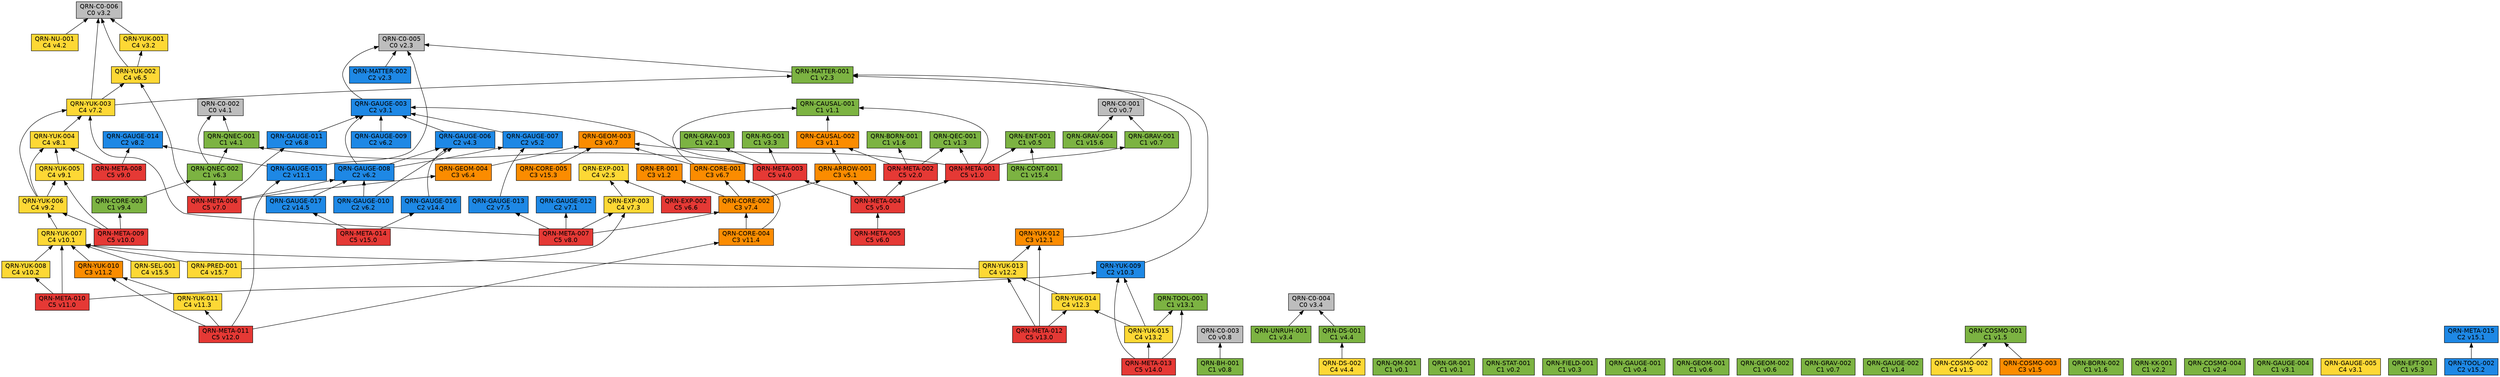
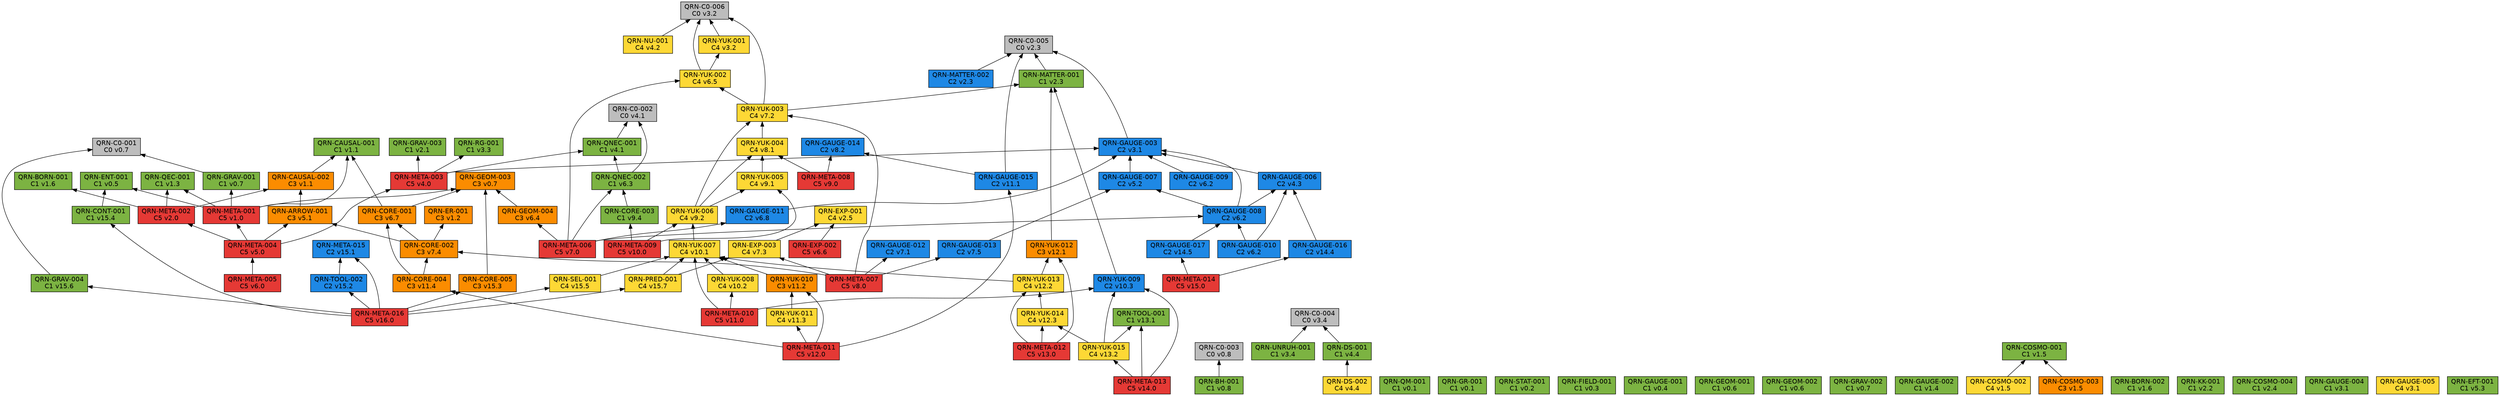
// 自動生成 (dag/report.pl) — QRN 主張依存グラフ
digraph qrn {
  rankdir=BT;
  node [shape=box, style=filled, fontname="Helvetica"];
  "QRN-C0-001" [fillcolor="#bdbdbd", label="QRN-C0-001\nC0 v0.7"];
  "QRN-C0-002" [fillcolor="#bdbdbd", label="QRN-C0-002\nC0 v4.1"];
  "QRN-C0-003" [fillcolor="#bdbdbd", label="QRN-C0-003\nC0 v0.8"];
  "QRN-C0-004" [fillcolor="#bdbdbd", label="QRN-C0-004\nC0 v3.4"];
  "QRN-C0-005" [fillcolor="#bdbdbd", label="QRN-C0-005\nC0 v2.3"];
  "QRN-C0-006" [fillcolor="#bdbdbd", label="QRN-C0-006\nC0 v3.2"];
  "QRN-QM-001" [fillcolor="#7cb342", label="QRN-QM-001\nC1 v0.1"];
  "QRN-GR-001" [fillcolor="#7cb342", label="QRN-GR-001\nC1 v0.1"];
  "QRN-STAT-001" [fillcolor="#7cb342", label="QRN-STAT-001\nC1 v0.2"];
  "QRN-FIELD-001" [fillcolor="#7cb342", label="QRN-FIELD-001\nC1 v0.3"];
  "QRN-GAUGE-001" [fillcolor="#7cb342", label="QRN-GAUGE-001\nC1 v0.4"];
  "QRN-ENT-001" [fillcolor="#7cb342", label="QRN-ENT-001\nC1 v0.5"];
  "QRN-GEOM-001" [fillcolor="#7cb342", label="QRN-GEOM-001\nC1 v0.6"];
  "QRN-GEOM-002" [fillcolor="#7cb342", label="QRN-GEOM-002\nC1 v0.6"];
  "QRN-GEOM-003" [fillcolor="#fb8c00", label="QRN-GEOM-003\nC3 v0.7"];
  "QRN-GRAV-001" [fillcolor="#7cb342", label="QRN-GRAV-001\nC1 v0.7"];
  "QRN-GRAV-002" [fillcolor="#7cb342", label="QRN-GRAV-002\nC1 v0.7"];
  "QRN-BH-001" [fillcolor="#7cb342", label="QRN-BH-001\nC1 v0.8"];
  "QRN-CAUSAL-001" [fillcolor="#7cb342", label="QRN-CAUSAL-001\nC1 v1.1"];
  "QRN-CAUSAL-002" [fillcolor="#fb8c00", label="QRN-CAUSAL-002\nC3 v1.1"];
  "QRN-ER-001" [fillcolor="#fb8c00", label="QRN-ER-001\nC3 v1.2"];
  "QRN-QEC-001" [fillcolor="#7cb342", label="QRN-QEC-001\nC1 v1.3"];
  "QRN-GAUGE-002" [fillcolor="#7cb342", label="QRN-GAUGE-002\nC1 v1.4"];
  "QRN-COSMO-001" [fillcolor="#7cb342", label="QRN-COSMO-001\nC1 v1.5"];
  "QRN-COSMO-002" [fillcolor="#fdd835", label="QRN-COSMO-002\nC4 v1.5"];
  "QRN-COSMO-003" [fillcolor="#fb8c00", label="QRN-COSMO-003\nC3 v1.5"];
  "QRN-BORN-001" [fillcolor="#7cb342", label="QRN-BORN-001\nC1 v1.6"];
  "QRN-BORN-002" [fillcolor="#7cb342", label="QRN-BORN-002\nC1 v1.6"];
  "QRN-GRAV-003" [fillcolor="#7cb342", label="QRN-GRAV-003\nC1 v2.1"];
  "QRN-KK-001" [fillcolor="#7cb342", label="QRN-KK-001\nC1 v2.2"];
  "QRN-MATTER-001" [fillcolor="#7cb342", label="QRN-MATTER-001\nC1 v2.3"];
  "QRN-MATTER-002" [fillcolor="#1e88e5", label="QRN-MATTER-002\nC2 v2.3"];
  "QRN-COSMO-004" [fillcolor="#7cb342", label="QRN-COSMO-004\nC1 v2.4"];
  "QRN-EXP-001" [fillcolor="#fdd835", label="QRN-EXP-001\nC4 v2.5"];
  "QRN-GAUGE-003" [fillcolor="#1e88e5", label="QRN-GAUGE-003\nC2 v3.1"];
  "QRN-GAUGE-004" [fillcolor="#7cb342", label="QRN-GAUGE-004\nC1 v3.1"];
  "QRN-GAUGE-005" [fillcolor="#fdd835", label="QRN-GAUGE-005\nC4 v3.1"];
  "QRN-YUK-001" [fillcolor="#fdd835", label="QRN-YUK-001\nC4 v3.2"];
  "QRN-RG-001" [fillcolor="#7cb342", label="QRN-RG-001\nC1 v3.3"];
  "QRN-UNRUH-001" [fillcolor="#7cb342", label="QRN-UNRUH-001\nC1 v3.4"];
  "QRN-QNEC-001" [fillcolor="#7cb342", label="QRN-QNEC-001\nC1 v4.1"];
  "QRN-NU-001" [fillcolor="#fdd835", label="QRN-NU-001\nC4 v4.2"];
  "QRN-GAUGE-006" [fillcolor="#1e88e5", label="QRN-GAUGE-006\nC2 v4.3"];
  "QRN-DS-001" [fillcolor="#7cb342", label="QRN-DS-001\nC1 v4.4"];
  "QRN-DS-002" [fillcolor="#fdd835", label="QRN-DS-002\nC4 v4.4"];
  "QRN-ARROW-001" [fillcolor="#fb8c00", label="QRN-ARROW-001\nC3 v5.1"];
  "QRN-GAUGE-007" [fillcolor="#1e88e5", label="QRN-GAUGE-007\nC2 v5.2"];
  "QRN-EFT-001" [fillcolor="#7cb342", label="QRN-EFT-001\nC1 v5.3"];
  "QRN-GAUGE-008" [fillcolor="#1e88e5", label="QRN-GAUGE-008\nC2 v6.2"];
  "QRN-GAUGE-009" [fillcolor="#1e88e5", label="QRN-GAUGE-009\nC2 v6.2"];
  "QRN-GAUGE-010" [fillcolor="#1e88e5", label="QRN-GAUGE-010\nC2 v6.2"];
  "QRN-QNEC-002" [fillcolor="#7cb342", label="QRN-QNEC-002\nC1 v6.3"];
  "QRN-GEOM-004" [fillcolor="#fb8c00", label="QRN-GEOM-004\nC3 v6.4"];
  "QRN-YUK-002" [fillcolor="#fdd835", label="QRN-YUK-002\nC4 v6.5"];
  "QRN-EXP-002" [fillcolor="#e53935", label="QRN-EXP-002\nC5 v6.6"];
  "QRN-CORE-001" [fillcolor="#fb8c00", label="QRN-CORE-001\nC3 v6.7"];
  "QRN-GAUGE-011" [fillcolor="#1e88e5", label="QRN-GAUGE-011\nC2 v6.8"];
  "QRN-GAUGE-012" [fillcolor="#1e88e5", label="QRN-GAUGE-012\nC2 v7.1"];
  "QRN-YUK-003" [fillcolor="#fdd835", label="QRN-YUK-003\nC4 v7.2"];
  "QRN-EXP-003" [fillcolor="#fdd835", label="QRN-EXP-003\nC4 v7.3"];
  "QRN-CORE-002" [fillcolor="#fb8c00", label="QRN-CORE-002\nC3 v7.4"];
  "QRN-GAUGE-013" [fillcolor="#1e88e5", label="QRN-GAUGE-013\nC2 v7.5"];
  "QRN-YUK-004" [fillcolor="#fdd835", label="QRN-YUK-004\nC4 v8.1"];
  "QRN-GAUGE-014" [fillcolor="#1e88e5", label="QRN-GAUGE-014\nC2 v8.2"];
  "QRN-META-001" [fillcolor="#e53935", label="QRN-META-001\nC5 v1.0"];
  "QRN-META-002" [fillcolor="#e53935", label="QRN-META-002\nC5 v2.0"];
  "QRN-META-003" [fillcolor="#e53935", label="QRN-META-003\nC5 v4.0"];
  "QRN-META-004" [fillcolor="#e53935", label="QRN-META-004\nC5 v5.0"];
  "QRN-META-005" [fillcolor="#e53935", label="QRN-META-005\nC5 v6.0"];
  "QRN-META-006" [fillcolor="#e53935", label="QRN-META-006\nC5 v7.0"];
  "QRN-META-007" [fillcolor="#e53935", label="QRN-META-007\nC5 v8.0"];
  "QRN-META-008" [fillcolor="#e53935", label="QRN-META-008\nC5 v9.0"];
  "QRN-YUK-005" [fillcolor="#fdd835", label="QRN-YUK-005\nC4 v9.1"];
  "QRN-YUK-006" [fillcolor="#fdd835", label="QRN-YUK-006\nC4 v9.2"];
  "QRN-CORE-003" [fillcolor="#7cb342", label="QRN-CORE-003\nC1 v9.4"];
  "QRN-META-009" [fillcolor="#e53935", label="QRN-META-009\nC5 v10.0"];
  "QRN-YUK-007" [fillcolor="#fdd835", label="QRN-YUK-007\nC4 v10.1"];
  "QRN-YUK-008" [fillcolor="#fdd835", label="QRN-YUK-008\nC4 v10.2"];
  "QRN-YUK-009" [fillcolor="#1e88e5", label="QRN-YUK-009\nC2 v10.3"];
  "QRN-META-010" [fillcolor="#e53935", label="QRN-META-010\nC5 v11.0"];
  "QRN-GAUGE-015" [fillcolor="#1e88e5", label="QRN-GAUGE-015\nC2 v11.1"];
  "QRN-YUK-010" [fillcolor="#fb8c00", label="QRN-YUK-010\nC3 v11.2"];
  "QRN-YUK-011" [fillcolor="#fdd835", label="QRN-YUK-011\nC4 v11.3"];
  "QRN-CORE-004" [fillcolor="#fb8c00", label="QRN-CORE-004\nC3 v11.4"];
  "QRN-META-011" [fillcolor="#e53935", label="QRN-META-011\nC5 v12.0"];
  "QRN-YUK-012" [fillcolor="#fb8c00", label="QRN-YUK-012\nC3 v12.1"];
  "QRN-YUK-013" [fillcolor="#fdd835", label="QRN-YUK-013\nC4 v12.2"];
  "QRN-YUK-014" [fillcolor="#fdd835", label="QRN-YUK-014\nC4 v12.3"];
  "QRN-META-012" [fillcolor="#e53935", label="QRN-META-012\nC5 v13.0"];
  "QRN-TOOL-001" [fillcolor="#7cb342", label="QRN-TOOL-001\nC1 v13.1"];
  "QRN-YUK-015" [fillcolor="#fdd835", label="QRN-YUK-015\nC4 v13.2"];
  "QRN-META-013" [fillcolor="#e53935", label="QRN-META-013\nC5 v14.0"];
  "QRN-GAUGE-016" [fillcolor="#1e88e5", label="QRN-GAUGE-016\nC2 v14.4"];
  "QRN-GAUGE-017" [fillcolor="#1e88e5", label="QRN-GAUGE-017\nC2 v14.5"];
  "QRN-META-014" [fillcolor="#e53935", label="QRN-META-014\nC5 v15.0"];
  "QRN-META-015" [fillcolor="#1e88e5", label="QRN-META-015\nC2 v15.1"];
  "QRN-TOOL-002" [fillcolor="#1e88e5", label="QRN-TOOL-002\nC2 v15.2"];
  "QRN-CORE-005" [fillcolor="#fb8c00", label="QRN-CORE-005\nC3 v15.3"];
  "QRN-CONT-001" [fillcolor="#7cb342", label="QRN-CONT-001\nC1 v15.4"];
  "QRN-SEL-001" [fillcolor="#fdd835", label="QRN-SEL-001\nC4 v15.5"];
  "QRN-GRAV-004" [fillcolor="#7cb342", label="QRN-GRAV-004\nC1 v15.6"];
  "QRN-PRED-001" [fillcolor="#fdd835", label="QRN-PRED-001\nC4 v15.7"];
+   "QRN-META-016" [fillcolor="#e53935", label="QRN-META-016\nC5 v16.0"];
  "QRN-GRAV-001" -> "QRN-C0-001";
  "QRN-BH-001" -> "QRN-C0-003";
  "QRN-CAUSAL-002" -> "QRN-CAUSAL-001";
  "QRN-COSMO-002" -> "QRN-COSMO-001";
  "QRN-COSMO-003" -> "QRN-COSMO-001";
  "QRN-MATTER-001" -> "QRN-C0-005";
  "QRN-MATTER-002" -> "QRN-C0-005";
  "QRN-GAUGE-003" -> "QRN-C0-005";
  "QRN-YUK-001" -> "QRN-C0-006";
  "QRN-UNRUH-001" -> "QRN-C0-004";
  "QRN-QNEC-001" -> "QRN-C0-002";
  "QRN-NU-001" -> "QRN-C0-006";
  "QRN-GAUGE-006" -> "QRN-GAUGE-003";
  "QRN-DS-001" -> "QRN-C0-004";
  "QRN-DS-002" -> "QRN-DS-001";
  "QRN-ARROW-001" -> "QRN-CAUSAL-002";
  "QRN-GAUGE-007" -> "QRN-GAUGE-003";
  "QRN-GAUGE-008" -> "QRN-GAUGE-003";
  "QRN-GAUGE-008" -> "QRN-GAUGE-006";
  "QRN-GAUGE-008" -> "QRN-GAUGE-007";
  "QRN-GAUGE-009" -> "QRN-GAUGE-003";
  "QRN-GAUGE-010" -> "QRN-GAUGE-006";
  "QRN-GAUGE-010" -> "QRN-GAUGE-008";
  "QRN-QNEC-002" -> "QRN-C0-002";
  "QRN-QNEC-002" -> "QRN-QNEC-001";
  "QRN-GEOM-004" -> "QRN-GEOM-003";
  "QRN-YUK-002" -> "QRN-C0-006";
  "QRN-YUK-002" -> "QRN-YUK-001";
  "QRN-EXP-002" -> "QRN-EXP-001";
  "QRN-CORE-001" -> "QRN-GEOM-003";
  "QRN-CORE-001" -> "QRN-CAUSAL-001";
  "QRN-GAUGE-011" -> "QRN-GAUGE-003";
  "QRN-YUK-003" -> "QRN-C0-006";
  "QRN-YUK-003" -> "QRN-MATTER-001";
  "QRN-YUK-003" -> "QRN-YUK-002";
  "QRN-EXP-003" -> "QRN-EXP-001";
  "QRN-CORE-002" -> "QRN-CORE-001";
  "QRN-CORE-002" -> "QRN-ER-001";
  "QRN-CORE-002" -> "QRN-ARROW-001";
  "QRN-GAUGE-013" -> "QRN-GAUGE-007";
  "QRN-YUK-004" -> "QRN-YUK-003";
  "QRN-META-001" -> "QRN-GEOM-003";
  "QRN-META-001" -> "QRN-GRAV-001";
  "QRN-META-001" -> "QRN-CAUSAL-001";
  "QRN-META-001" -> "QRN-QEC-001";
  "QRN-META-001" -> "QRN-ENT-001";
  "QRN-META-002" -> "QRN-QEC-001";
  "QRN-META-002" -> "QRN-BORN-001";
  "QRN-META-002" -> "QRN-CAUSAL-002";
  "QRN-META-003" -> "QRN-GAUGE-003";
  "QRN-META-003" -> "QRN-RG-001";
  "QRN-META-003" -> "QRN-QNEC-001";
  "QRN-META-003" -> "QRN-GRAV-003";
  "QRN-META-004" -> "QRN-META-001";
  "QRN-META-004" -> "QRN-META-002";
  "QRN-META-004" -> "QRN-META-003";
  "QRN-META-004" -> "QRN-ARROW-001";
  "QRN-META-005" -> "QRN-META-004";
  "QRN-META-006" -> "QRN-GAUGE-008";
  "QRN-META-006" -> "QRN-QNEC-002";
  "QRN-META-006" -> "QRN-GEOM-004";
  "QRN-META-006" -> "QRN-YUK-002";
  "QRN-META-006" -> "QRN-GAUGE-011";
  "QRN-META-007" -> "QRN-GAUGE-012";
  "QRN-META-007" -> "QRN-YUK-003";
  "QRN-META-007" -> "QRN-EXP-003";
  "QRN-META-007" -> "QRN-CORE-002";
  "QRN-META-007" -> "QRN-GAUGE-013";
  "QRN-META-008" -> "QRN-YUK-004";
  "QRN-META-008" -> "QRN-GAUGE-014";
  "QRN-YUK-005" -> "QRN-YUK-004";
  "QRN-YUK-006" -> "QRN-YUK-003";
  "QRN-YUK-006" -> "QRN-YUK-004";
  "QRN-YUK-006" -> "QRN-YUK-005";
  "QRN-CORE-003" -> "QRN-QNEC-002";
  "QRN-META-009" -> "QRN-YUK-005";
  "QRN-META-009" -> "QRN-YUK-006";
  "QRN-META-009" -> "QRN-CORE-003";
  "QRN-YUK-007" -> "QRN-YUK-006";
  "QRN-YUK-008" -> "QRN-YUK-007";
  "QRN-YUK-009" -> "QRN-MATTER-001";
  "QRN-META-010" -> "QRN-YUK-007";
  "QRN-META-010" -> "QRN-YUK-008";
  "QRN-META-010" -> "QRN-YUK-009";
  "QRN-GAUGE-015" -> "QRN-C0-005";
  "QRN-GAUGE-015" -> "QRN-GAUGE-014";
  "QRN-YUK-010" -> "QRN-YUK-007";
  "QRN-YUK-011" -> "QRN-YUK-010";
  "QRN-CORE-004" -> "QRN-CORE-001";
  "QRN-CORE-004" -> "QRN-CORE-002";
  "QRN-META-011" -> "QRN-GAUGE-015";
  "QRN-META-011" -> "QRN-YUK-010";
  "QRN-META-011" -> "QRN-YUK-011";
  "QRN-META-011" -> "QRN-CORE-004";
  "QRN-YUK-012" -> "QRN-MATTER-001";
  "QRN-YUK-013" -> "QRN-YUK-012";
  "QRN-YUK-013" -> "QRN-YUK-007";
  "QRN-YUK-014" -> "QRN-YUK-013";
  "QRN-META-012" -> "QRN-YUK-012";
  "QRN-META-012" -> "QRN-YUK-013";
  "QRN-META-012" -> "QRN-YUK-014";
  "QRN-YUK-015" -> "QRN-YUK-014";
  "QRN-YUK-015" -> "QRN-TOOL-001";
  "QRN-YUK-015" -> "QRN-YUK-009";
  "QRN-META-013" -> "QRN-YUK-015";
  "QRN-META-013" -> "QRN-TOOL-001";
  "QRN-META-013" -> "QRN-YUK-009";
  "QRN-GAUGE-016" -> "QRN-GAUGE-006";
  "QRN-GAUGE-017" -> "QRN-GAUGE-008";
  "QRN-META-014" -> "QRN-GAUGE-016";
  "QRN-META-014" -> "QRN-GAUGE-017";
  "QRN-TOOL-002" -> "QRN-META-015";
  "QRN-CORE-005" -> "QRN-GEOM-003";
  "QRN-CONT-001" -> "QRN-ENT-001";
  "QRN-SEL-001" -> "QRN-YUK-007";
  "QRN-GRAV-004" -> "QRN-C0-001";
  "QRN-PRED-001" -> "QRN-YUK-007";
  "QRN-PRED-001" -> "QRN-EXP-003";
+   "QRN-META-016" -> "QRN-META-015";
+   "QRN-META-016" -> "QRN-TOOL-002";
+   "QRN-META-016" -> "QRN-CORE-005";
+   "QRN-META-016" -> "QRN-CONT-001";
+   "QRN-META-016" -> "QRN-SEL-001";
+   "QRN-META-016" -> "QRN-GRAV-004";
+   "QRN-META-016" -> "QRN-PRED-001";
}
